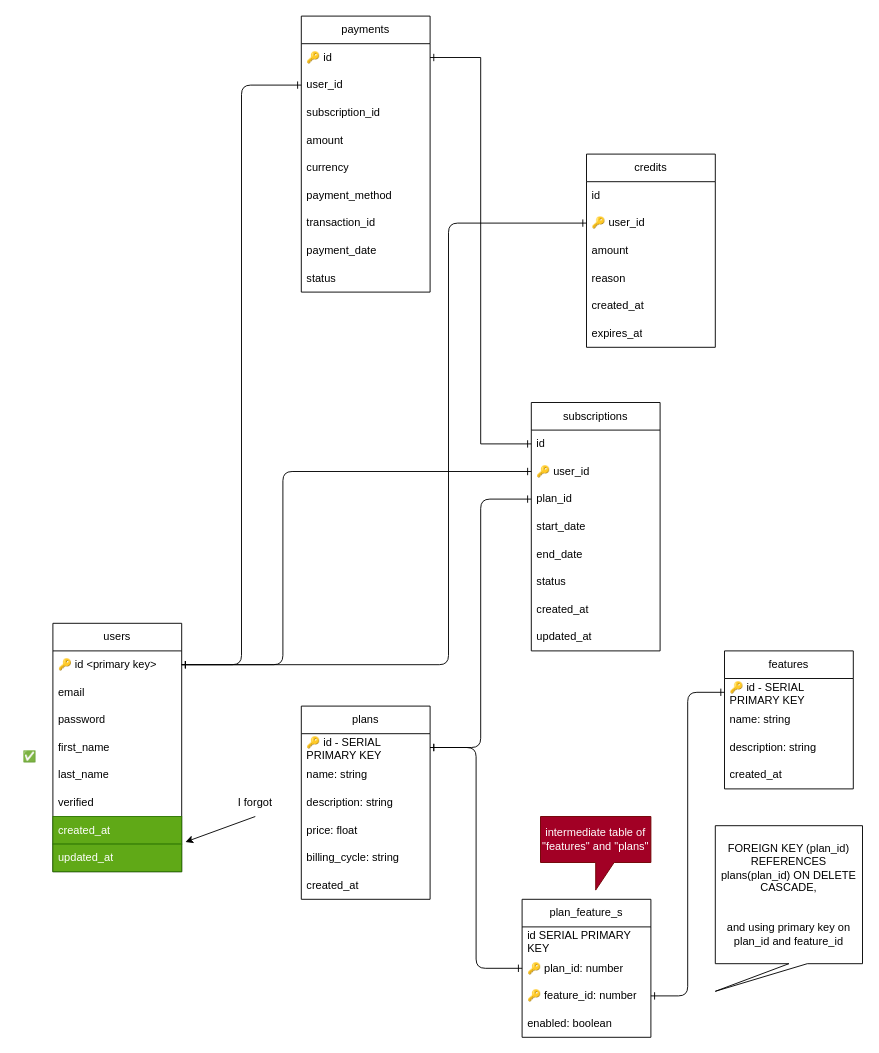
Above: page "database design" (1 of 3) of sketch.drawio in danirisdiandita/Startup-Monorepo-Template (draw.io), before the change. Source tidied: cells renumbered, new cells numbered last; positions are measured from the earlier drawing's top-left corner, leaving out a move shared by most shapes. Both pictures are drawn from the tidied source at 92%, with x=0, y=0 at pixel (16, 16).
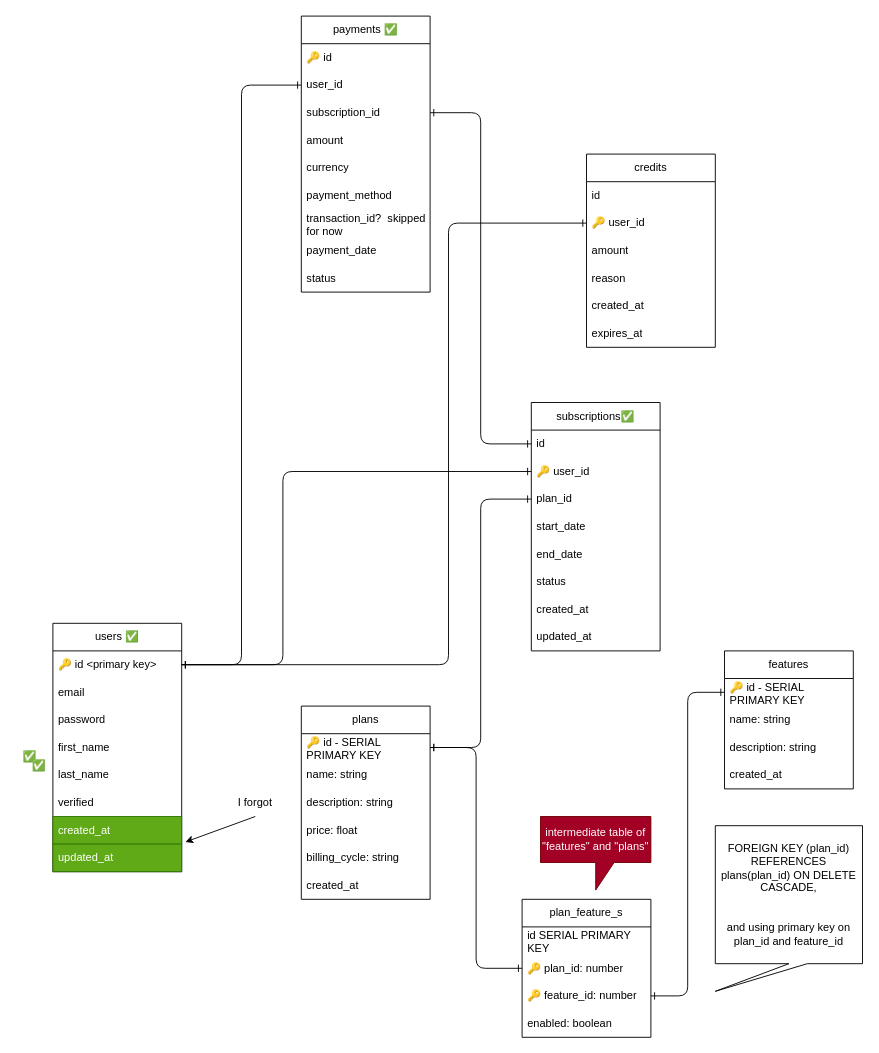
After the change.

The change refers to these unchanged cells:
```xml
<mxCell id="35" value="id" style="text;strokeColor=none;fillColor=none;align=left;verticalAlign=middle;spacingLeft=4;spacingRight=4;overflow=hidden;points=[[0,0.5],[1,0.5]];portConstraint=eastwest;whiteSpace=wrap;html=1;" parent="34" vertex="1">
  <mxGeometry y="30" width="140" height="30" as="geometry" />
</mxCell>
<mxCell id="46" value="🔑 id" style="text;strokeColor=none;fillColor=none;align=left;verticalAlign=middle;spacingLeft=4;spacingRight=4;overflow=hidden;points=[[0,0.5],[1,0.5]];portConstraint=eastwest;whiteSpace=wrap;html=1;" parent="45" vertex="1">
  <mxGeometry y="30" width="140" height="30" as="geometry" />
</mxCell>
<mxCell id="48" value="subscription_id" style="text;strokeColor=none;fillColor=none;align=left;verticalAlign=middle;spacingLeft=4;spacingRight=4;overflow=hidden;points=[[0,0.5],[1,0.5]];portConstraint=eastwest;whiteSpace=wrap;html=1;" parent="45" vertex="1">
  <mxGeometry y="90" width="140" height="30" as="geometry" />
</mxCell>
```

Change to the diagram source:
```diff
@@
-    <mxCell id="2" value="users" style="swimlane;fontStyle=0;horizontal=1;startSize=30;whiteSpace=wrap;html=1;" parent="1" vertex="1">
+    <mxCell id="2" value="users ✅" style="swimlane;fontStyle=0;horizontal=1;startSize=30;whiteSpace=wrap;html=1;" parent="1" vertex="1">
       <mxGeometry x="40" y="660" width="140" height="270" as="geometry" />
     </mxCell>
@@
-    <mxCell id="34" value="subscriptions" style="swimlane;fontStyle=0;horizontal=1;startSize=30;whiteSpace=wrap;html=1;" parent="1" vertex="1">
+    <mxCell id="34" value="subscriptions✅" style="swimlane;fontStyle=0;horizontal=1;startSize=30;whiteSpace=wrap;html=1;" parent="1" vertex="1">
       <mxGeometry x="560" y="420" width="140" height="270" as="geometry" />
     </mxCell>
@@
-    <mxCell id="45" value="payments" style="swimlane;fontStyle=0;horizontal=1;startSize=30;whiteSpace=wrap;html=1;" parent="1" vertex="1">
+    <mxCell id="45" value="payments ✅" style="swimlane;fontStyle=0;horizontal=1;startSize=30;whiteSpace=wrap;html=1;" parent="1" vertex="1">
       <mxGeometry x="310" width="140" height="300" as="geometry" />
     </mxCell>
@@
-    <mxCell id="52" value="transaction_id" style="text;strokeColor=none;fillColor=none;align=left;verticalAlign=middle;spacingLeft=4;spacingRight=4;overflow=hidden;whiteSpace=wrap;html=1;" parent="45" vertex="1">
+    <mxCell id="52" value="transaction_id?&amp;nbsp; skipped for now" style="text;strokeColor=none;fillColor=none;align=left;verticalAlign=middle;spacingLeft=4;spacingRight=4;overflow=hidden;whiteSpace=wrap;html=1;" parent="45" vertex="1">
       <mxGeometry y="210" width="140" height="30" as="geometry" />
     </mxCell>
@@
-    <mxCell id="65" style="edgeStyle=orthogonalEdgeStyle;rounded=0;jettySize=auto;html=1;exitX=1;exitY=0.5;exitDx=0;exitDy=0;entryX=0;entryY=0.5;entryDx=0;entryDy=0;startArrow=ERone;startFill=0;endArrow=ERone;endFill=0;" parent="1" edge="1" source="46" target="35">
+    <mxCell id="65" style="edgeStyle=orthogonalEdgeStyle;rounded=1;jettySize=auto;html=1;exitX=1;exitY=0.5;exitDx=0;exitDy=0;entryX=0;entryY=0.5;entryDx=0;entryDy=0;startArrow=ERone;startFill=0;endArrow=ERone;endFill=0;" parent="1" edge="1" source="48" target="35">
       <mxGeometry relative="1" as="geometry" />
     </mxCell>
+    <mxCell id="66" value="✅" style="text;html=1;strokeColor=none;fillColor=none;align=center;verticalAlign=middle;whiteSpace=wrap;rounded=0;" parent="1" vertex="1">
+      <mxGeometry x="10" y="800" width="30" height="30" as="geometry" />
+    </mxCell>
```
